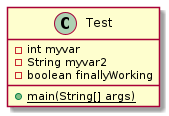
andrewdimmer/csi-3370-software-project-config-test keeps this PlantUML diagram as docs/uml/test.png. Above is the earlier version.
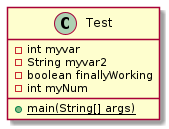
After the change.

Commit message:
Generate SVG and PNG Images for PlantUML Diagrams

The edit, as a diff of the source:
```diff
@@ -4,6 +4,7 @@
     - int myvar
     - String myvar2
     - boolean finallyWorking
+    - int myNum
     {static} + main(String[] args)
 }
 
```
